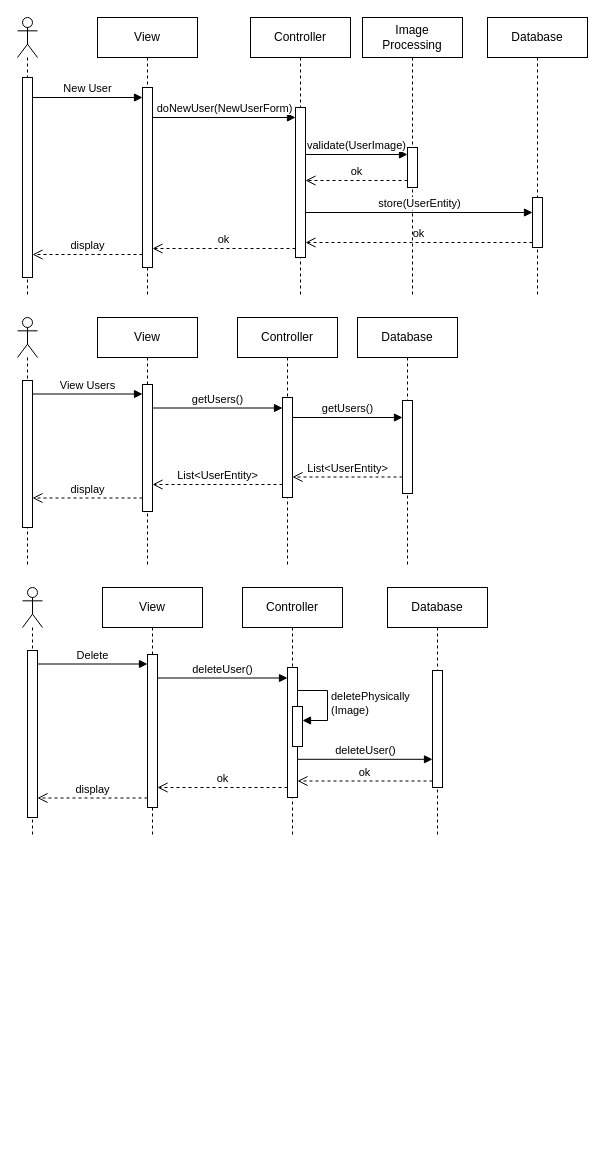
Earlier version of the draw.io diagram doc/diagrams/UserSequenceDiagram.drawio (DuckTheMug/image-server-for-iot-entry). Source tidied: cells renumbered, new cells numbered last; positions are measured from the earlier drawing's top-left corner, leaving out a move shared by most shapes. Both pictures are drawn from the tidied source at 100%, with x=0, y=0 at pixel (17, 17).
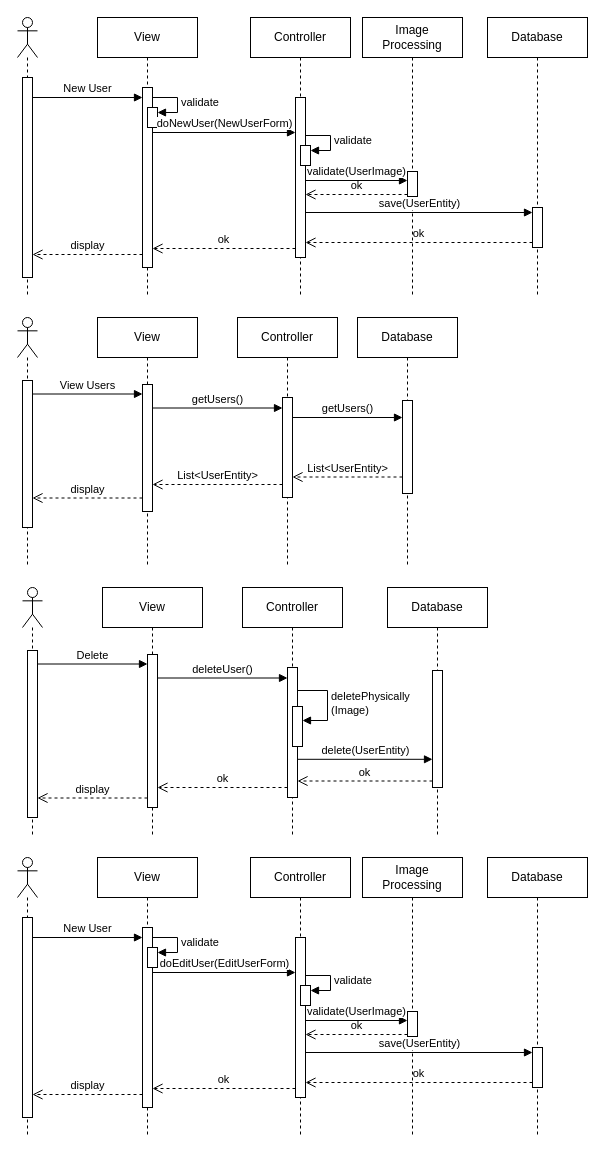
The same diagram, later.

Unchanged cells that the change refers to:
```xml
<mxCell id="4" value="View" style="shape=umlLifeline;perimeter=lifelinePerimeter;whiteSpace=wrap;html=1;newEdgeStyle={&quot;curved&quot;:0,&quot;rounded&quot;:0};" parent="1" vertex="1">
  <mxGeometry x="80" width="100" height="280" as="geometry" />
</mxCell>
<mxCell id="6" value="Controller" style="shape=umlLifeline;perimeter=lifelinePerimeter;whiteSpace=wrap;html=1;newEdgeStyle={&quot;curved&quot;:0,&quot;rounded&quot;:0};" parent="1" vertex="1">
  <mxGeometry x="233" width="100" height="280" as="geometry" />
</mxCell>
<mxCell id="10" value="Image&lt;br&gt;Processing" style="shape=umlLifeline;perimeter=lifelinePerimeter;whiteSpace=wrap;html=1;newEdgeStyle={&quot;curved&quot;:0,&quot;rounded&quot;:0};" parent="1" vertex="1">
  <mxGeometry x="345" width="100" height="280" as="geometry" />
</mxCell>
<mxCell id="48" value="Database" style="shape=umlLifeline;perimeter=lifelinePerimeter;whiteSpace=wrap;html=1;newEdgeStyle={&quot;curved&quot;:0,&quot;rounded&quot;:0};" parent="1" vertex="1">
  <mxGeometry x="470" width="100" height="280" as="geometry" />
</mxCell>
```

Change to the diagram source:
```diff
@@
+    <mxCell id="13" value="ok" style="html=1;verticalAlign=bottom;endArrow=open;dashed=1;endSize=8;curved=0;rounded=0;" parent="1" edge="1">
+      <mxGeometry relative="1" as="geometry">
+        <mxPoint x="390" y="177" as="sourcePoint" />
+        <mxPoint x="288" y="177" as="targetPoint" />
+      </mxGeometry>
+    </mxCell>
+    <mxCell id="12" value="validate(UserImage)" style="html=1;verticalAlign=bottom;endArrow=block;curved=0;rounded=0;entryX=0;entryY=0;entryDx=0;entryDy=5;" parent="1" edge="1">
+      <mxGeometry relative="1" as="geometry">
+        <mxPoint x="288" y="163" as="sourcePoint" />
+        <mxPoint x="390" y="163" as="targetPoint" />
+      </mxGeometry>
+    </mxCell>
@@
+    <mxCell id="50" style="html=1;points=[[0,0,0,0,5],[0,1,0,0,-5],[1,0,0,0,5],[1,1,0,0,-5]];perimeter=orthogonalPerimeter;outlineConnect=0;targetShapes=umlLifeline;portConstraint=eastwest;newEdgeStyle={&quot;curved&quot;:0,&quot;rounded&quot;:0};" parent="4" vertex="1">
+      <mxGeometry x="50" y="90" width="10" height="20" as="geometry" />
+    </mxCell>
+    <mxCell id="51" value="validate" style="html=1;align=left;spacingLeft=2;endArrow=block;rounded=0;edgeStyle=orthogonalEdgeStyle;curved=0;rounded=0;" parent="4" edge="1" target="50">
+      <mxGeometry relative="1" as="geometry">
+        <mxPoint x="55" y="80" as="sourcePoint" />
+        <Array as="points">
+          <mxPoint x="80" y="80" />
+          <mxPoint x="80" y="95" />
+        </Array>
+      </mxGeometry>
+    </mxCell>
@@
     <mxCell id="7" style="html=1;points=[[0,0,0,0,5],[0,1,0,0,-5],[1,0,0,0,5],[1,1,0,0,-5]];perimeter=orthogonalPerimeter;outlineConnect=0;targetShapes=umlLifeline;portConstraint=eastwest;newEdgeStyle={&quot;curved&quot;:0,&quot;rounded&quot;:0};" parent="6" vertex="1">
-      <mxGeometry x="45" y="90" width="10" height="150" as="geometry" />
+      <mxGeometry x="45" y="80" width="10" height="160" as="geometry" />
     </mxCell>
+    <mxCell id="52" value="validate" style="html=1;align=left;spacingLeft=2;endArrow=block;rounded=0;edgeStyle=orthogonalEdgeStyle;curved=0;rounded=0;" parent="6" edge="1" target="53">
+      <mxGeometry relative="1" as="geometry">
+        <mxPoint x="55" y="118" as="sourcePoint" />
+        <Array as="points">
+          <mxPoint x="80" y="118" />
+          <mxPoint x="80" y="133" />
+        </Array>
+      </mxGeometry>
+    </mxCell>
+    <mxCell id="53" style="html=1;points=[[0,0,0,0,5],[0,1,0,0,-5],[1,0,0,0,5],[1,1,0,0,-5]];perimeter=orthogonalPerimeter;outlineConnect=0;targetShapes=umlLifeline;portConstraint=eastwest;newEdgeStyle={&quot;curved&quot;:0,&quot;rounded&quot;:0};" parent="6" vertex="1">
+      <mxGeometry x="50" y="128" width="10" height="20" as="geometry" />
+    </mxCell>
@@
-    <mxCell id="9" value="doNewUser(NewUserForm)" style="html=1;verticalAlign=bottom;endArrow=block;curved=0;rounded=0;" parent="1" edge="1" target="7">
-      <mxGeometry relative="1" as="geometry">
-        <mxPoint x="135" y="100" as="sourcePoint" />
-      </mxGeometry>
-    </mxCell>
@@
     <mxCell id="11" style="html=1;perimeter=orthogonalPerimeter;targetShapes=umlLifeline;newEdgeStyle={&quot;curved&quot;:0,&quot;rounded&quot;:0};" parent="10" vertex="1">
-      <mxGeometry x="45" y="130" width="10" height="40" as="geometry" />
+      <mxGeometry x="45" y="154" width="10" height="25" as="geometry" />
     </mxCell>
-    <mxCell id="12" value="validate(UserImage)" style="html=1;verticalAlign=bottom;endArrow=block;curved=0;rounded=0;entryX=0;entryY=0;entryDx=0;entryDy=5;" parent="1" edge="1" source="7">
-      <mxGeometry relative="1" as="geometry">
-        <mxPoint x="390" y="137" as="targetPoint" />
-      </mxGeometry>
-    </mxCell>
-    <mxCell id="13" value="ok" style="html=1;verticalAlign=bottom;endArrow=open;dashed=1;endSize=8;curved=0;rounded=0;" parent="1" edge="1" target="7">
-      <mxGeometry relative="1" as="geometry">
-        <mxPoint x="390" y="163" as="sourcePoint" />
-      </mxGeometry>
-    </mxCell>
-    <mxCell id="14" value="store(UserEntity)" style="html=1;verticalAlign=bottom;endArrow=block;curved=0;rounded=0;entryX=0;entryY=0;entryDx=0;entryDy=5;" parent="1" edge="1" source="7">
+    <mxCell id="14" value="save(UserEntity)" style="html=1;verticalAlign=bottom;endArrow=block;curved=0;rounded=0;entryX=0;entryY=0;entryDx=0;entryDy=5;" parent="1" edge="1" source="7">
       <mxGeometry relative="1" as="geometry">
         <mxPoint x="515" y="195" as="targetPoint" />
       </mxGeometry>
     </mxCell>
@@
-    <mxCell id="44" value="deleteUser()" style="html=1;verticalAlign=bottom;endArrow=block;curved=0;rounded=0;" parent="1" edge="1">
+    <mxCell id="44" value="delete(UserEntity)" style="html=1;verticalAlign=bottom;endArrow=block;curved=0;rounded=0;" parent="1" edge="1">
       <mxGeometry relative="1" as="geometry">
         <mxPoint x="280" y="741.8" as="sourcePoint" />
         <mxPoint x="415" y="741.8" as="targetPoint" />
       </mxGeometry>
     </mxCell>
@@
     <mxCell id="49" style="html=1;points=[[0,0,0,0,5],[0,1,0,0,-5],[1,0,0,0,5],[1,1,0,0,-5]];perimeter=orthogonalPerimeter;outlineConnect=0;targetShapes=umlLifeline;portConstraint=eastwest;newEdgeStyle={&quot;curved&quot;:0,&quot;rounded&quot;:0};" parent="48" vertex="1">
-      <mxGeometry x="45" y="180" width="10" height="50" as="geometry" />
+      <mxGeometry x="45" y="190" width="10" height="40" as="geometry" />
     </mxCell>
+    <mxCell id="9" value="doNewUser(NewUserForm)" style="html=1;verticalAlign=bottom;endArrow=block;curved=0;rounded=0;" parent="1" edge="1">
+      <mxGeometry relative="1" as="geometry">
+        <mxPoint x="135" y="115" as="sourcePoint" />
+        <mxPoint x="278" y="115" as="targetPoint" />
+      </mxGeometry>
+    </mxCell>
+    <mxCell id="54" value="ok" style="html=1;verticalAlign=bottom;endArrow=open;dashed=1;endSize=8;curved=0;rounded=0;" parent="1" edge="1">
+      <mxGeometry relative="1" as="geometry">
+        <mxPoint x="390" y="1017" as="sourcePoint" />
+        <mxPoint x="288" y="1017" as="targetPoint" />
+      </mxGeometry>
+    </mxCell>
+    <mxCell id="55" value="validate(UserImage)" style="html=1;verticalAlign=bottom;endArrow=block;curved=0;rounded=0;entryX=0;entryY=0;entryDx=0;entryDy=5;" parent="1" edge="1">
+      <mxGeometry relative="1" as="geometry">
+        <mxPoint x="288" y="1003" as="sourcePoint" />
+        <mxPoint x="390" y="1003" as="targetPoint" />
+      </mxGeometry>
+    </mxCell>
+    <mxCell id="56" style="shape=umlLifeline;perimeter=lifelinePerimeter;whiteSpace=wrap;html=1;newEdgeStyle={&quot;curved&quot;:0,&quot;rounded&quot;:0};participant=umlActor;" parent="1" vertex="1">
+      <mxGeometry y="840" width="20" height="280" as="geometry" />
+    </mxCell>
+    <mxCell id="57" style="html=1;perimeter=orthogonalPerimeter;targetShapes=umlLifeline;newEdgeStyle={&quot;curved&quot;:0,&quot;rounded&quot;:0};" parent="56" vertex="1">
+      <mxGeometry x="5" y="60" width="10" height="200" as="geometry" />
+    </mxCell>
+    <mxCell id="58" value="View" style="shape=umlLifeline;perimeter=lifelinePerimeter;whiteSpace=wrap;html=1;newEdgeStyle={&quot;curved&quot;:0,&quot;rounded&quot;:0};" parent="1" vertex="1">
+      <mxGeometry x="80" y="840" width="100" height="280" as="geometry" />
+    </mxCell>
+    <mxCell id="59" style="html=1;points=[[0,0,0,0,5],[0,1,0,0,-5],[1,0,0,0,5],[1,1,0,0,-5]];perimeter=orthogonalPerimeter;outlineConnect=0;targetShapes=umlLifeline;portConstraint=eastwest;newEdgeStyle={&quot;curved&quot;:0,&quot;rounded&quot;:0};" parent="58" vertex="1">
+      <mxGeometry x="45" y="70" width="10" height="180" as="geometry" />
+    </mxCell>
+    <mxCell id="60" style="html=1;points=[[0,0,0,0,5],[0,1,0,0,-5],[1,0,0,0,5],[1,1,0,0,-5]];perimeter=orthogonalPerimeter;outlineConnect=0;targetShapes=umlLifeline;portConstraint=eastwest;newEdgeStyle={&quot;curved&quot;:0,&quot;rounded&quot;:0};" parent="58" vertex="1">
+      <mxGeometry x="50" y="90" width="10" height="20" as="geometry" />
+    </mxCell>
+    <mxCell id="61" value="validate" style="html=1;align=left;spacingLeft=2;endArrow=block;rounded=0;edgeStyle=orthogonalEdgeStyle;curved=0;rounded=0;" parent="58" edge="1" target="60">
+      <mxGeometry relative="1" as="geometry">
+        <mxPoint x="55" y="80" as="sourcePoint" />
+        <Array as="points">
+          <mxPoint x="80" y="80" />
+          <mxPoint x="80" y="95" />
+        </Array>
+      </mxGeometry>
+    </mxCell>
+    <mxCell id="62" value="Controller" style="shape=umlLifeline;perimeter=lifelinePerimeter;whiteSpace=wrap;html=1;newEdgeStyle={&quot;curved&quot;:0,&quot;rounded&quot;:0};" parent="1" vertex="1">
+      <mxGeometry x="233" y="840" width="100" height="280" as="geometry" />
+    </mxCell>
+    <mxCell id="63" style="html=1;points=[[0,0,0,0,5],[0,1,0,0,-5],[1,0,0,0,5],[1,1,0,0,-5]];perimeter=orthogonalPerimeter;outlineConnect=0;targetShapes=umlLifeline;portConstraint=eastwest;newEdgeStyle={&quot;curved&quot;:0,&quot;rounded&quot;:0};" parent="62" vertex="1">
+      <mxGeometry x="45" y="80" width="10" height="160" as="geometry" />
+    </mxCell>
+    <mxCell id="64" value="validate" style="html=1;align=left;spacingLeft=2;endArrow=block;rounded=0;edgeStyle=orthogonalEdgeStyle;curved=0;rounded=0;" parent="62" edge="1" target="65">
+      <mxGeometry relative="1" as="geometry">
+        <mxPoint x="55" y="118" as="sourcePoint" />
+        <Array as="points">
+          <mxPoint x="80" y="118" />
+          <mxPoint x="80" y="133" />
+        </Array>
+      </mxGeometry>
+    </mxCell>
+    <mxCell id="65" style="html=1;points=[[0,0,0,0,5],[0,1,0,0,-5],[1,0,0,0,5],[1,1,0,0,-5]];perimeter=orthogonalPerimeter;outlineConnect=0;targetShapes=umlLifeline;portConstraint=eastwest;newEdgeStyle={&quot;curved&quot;:0,&quot;rounded&quot;:0};" parent="62" vertex="1">
+      <mxGeometry x="50" y="128" width="10" height="20" as="geometry" />
+    </mxCell>
+    <mxCell id="66" value="New User" style="html=1;verticalAlign=bottom;endArrow=block;curved=0;rounded=0;" parent="1" edge="1" target="59">
+      <mxGeometry relative="1" as="geometry">
+        <mxPoint x="15" y="920" as="sourcePoint" />
+      </mxGeometry>
+    </mxCell>
+    <mxCell id="67" value="Image&lt;br&gt;Processing" style="shape=umlLifeline;perimeter=lifelinePerimeter;whiteSpace=wrap;html=1;newEdgeStyle={&quot;curved&quot;:0,&quot;rounded&quot;:0};" parent="1" vertex="1">
+      <mxGeometry x="345" y="840" width="100" height="280" as="geometry" />
+    </mxCell>
+    <mxCell id="68" style="html=1;perimeter=orthogonalPerimeter;targetShapes=umlLifeline;newEdgeStyle={&quot;curved&quot;:0,&quot;rounded&quot;:0};" parent="67" vertex="1">
+      <mxGeometry x="45" y="154" width="10" height="25" as="geometry" />
+    </mxCell>
+    <mxCell id="69" value="save(UserEntity)" style="html=1;verticalAlign=bottom;endArrow=block;curved=0;rounded=0;entryX=0;entryY=0;entryDx=0;entryDy=5;" parent="1" edge="1" source="63">
+      <mxGeometry relative="1" as="geometry">
+        <mxPoint x="515" y="1035" as="targetPoint" />
+      </mxGeometry>
+    </mxCell>
+    <mxCell id="70" value="ok" style="html=1;verticalAlign=bottom;endArrow=open;dashed=1;endSize=8;curved=0;rounded=0;exitX=0;exitY=1;exitDx=0;exitDy=-5;" parent="1" edge="1" source="74" target="63">
+      <mxGeometry relative="1" as="geometry" />
+    </mxCell>
+    <mxCell id="71" value="ok" style="html=1;verticalAlign=bottom;endArrow=open;dashed=1;endSize=8;curved=0;rounded=0;" parent="1" edge="1" source="63">
+      <mxGeometry relative="1" as="geometry">
+        <mxPoint x="135" y="1071" as="targetPoint" />
+      </mxGeometry>
+    </mxCell>
+    <mxCell id="72" value="display" style="html=1;verticalAlign=bottom;endArrow=open;dashed=1;endSize=8;curved=0;rounded=0;" parent="1" edge="1" source="59">
+      <mxGeometry relative="1" as="geometry">
+        <mxPoint x="15" y="1077" as="targetPoint" />
+      </mxGeometry>
+    </mxCell>
+    <mxCell id="73" value="Database" style="shape=umlLifeline;perimeter=lifelinePerimeter;whiteSpace=wrap;html=1;newEdgeStyle={&quot;curved&quot;:0,&quot;rounded&quot;:0};" parent="1" vertex="1">
+      <mxGeometry x="470" y="840" width="100" height="280" as="geometry" />
+    </mxCell>
+    <mxCell id="74" style="html=1;points=[[0,0,0,0,5],[0,1,0,0,-5],[1,0,0,0,5],[1,1,0,0,-5]];perimeter=orthogonalPerimeter;outlineConnect=0;targetShapes=umlLifeline;portConstraint=eastwest;newEdgeStyle={&quot;curved&quot;:0,&quot;rounded&quot;:0};" parent="73" vertex="1">
+      <mxGeometry x="45" y="190" width="10" height="40" as="geometry" />
+    </mxCell>
+    <mxCell id="75" value="doEditUser(EditUserForm)" style="html=1;verticalAlign=bottom;endArrow=block;curved=0;rounded=0;" parent="1" edge="1">
+      <mxGeometry relative="1" as="geometry">
+        <mxPoint x="135" y="955" as="sourcePoint" />
+        <mxPoint x="278" y="955" as="targetPoint" />
+      </mxGeometry>
+    </mxCell>
```
